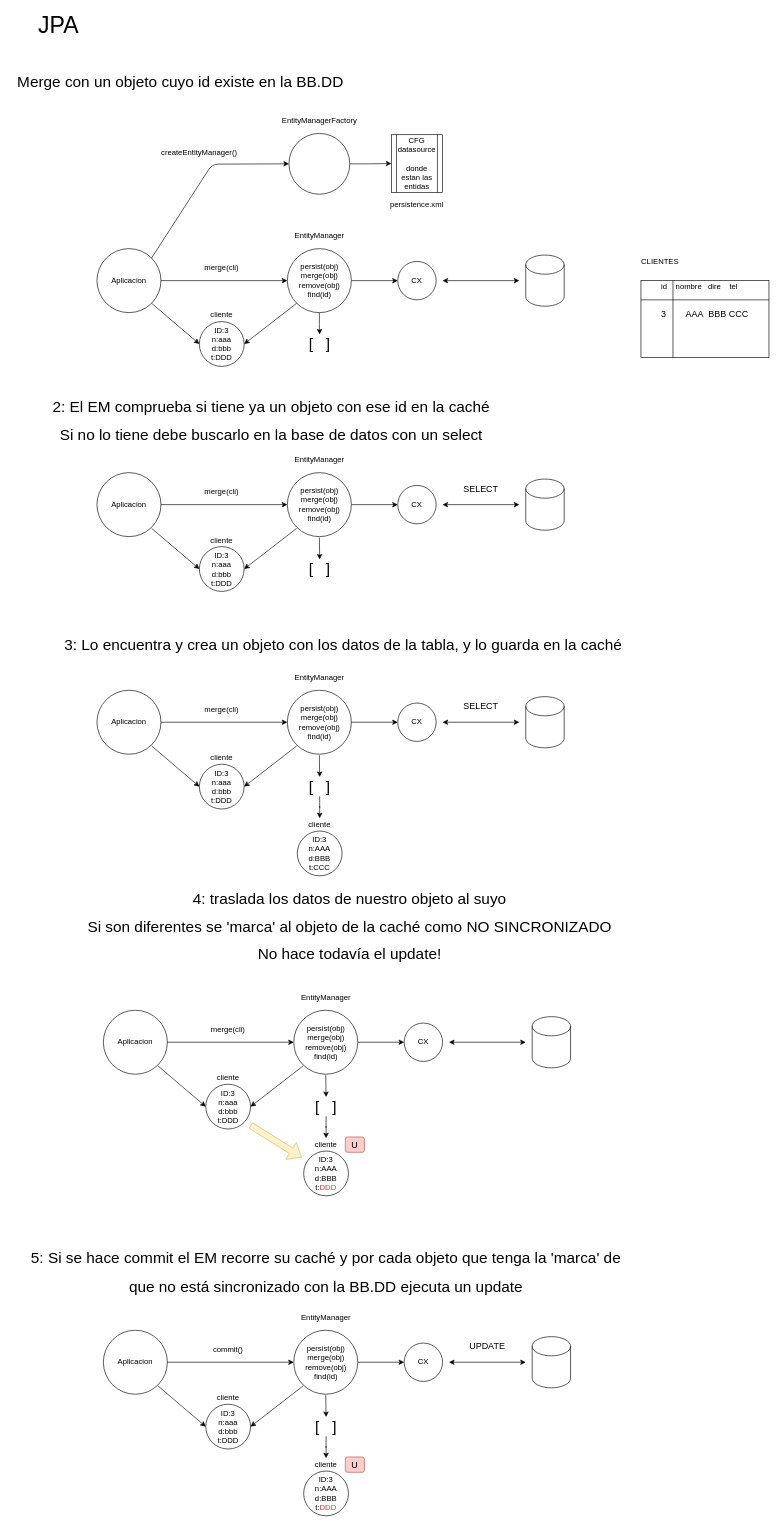
Above: page "Página-12" (12 of 30) of diagramas.drawio in lrag/JEE (draw.io), before the change. Source tidied: cells renumbered, new cells numbered last; positions are measured from the earlier drawing's top-left corner, leaving out a move shared by most shapes. Both pictures are drawn from the tidied source at 64%, with x=0, y=0 at pixel (11, 18).
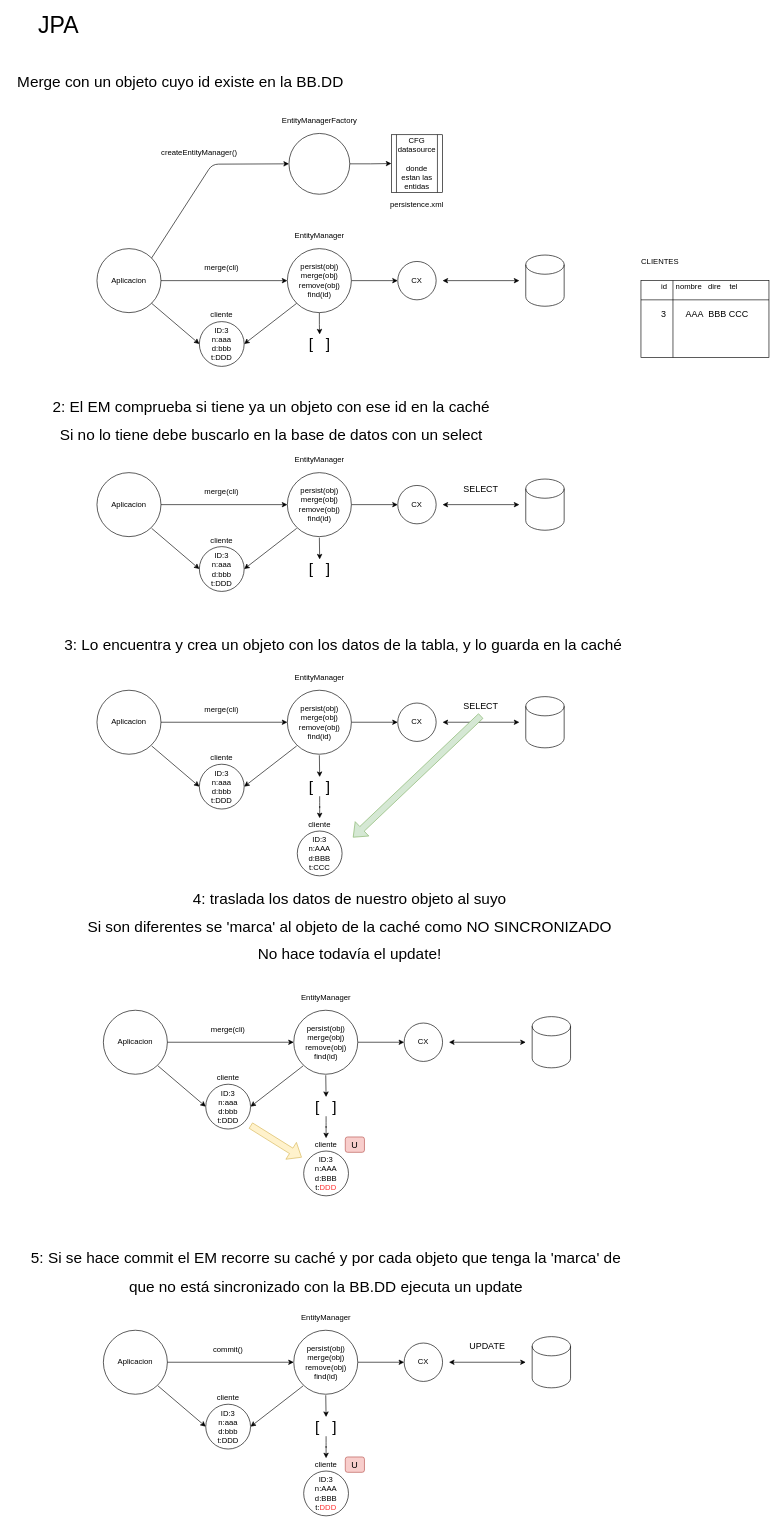
After the change.

The change refers to these unchanged cells:
```xml
<mxCell id="57" value="SELECT" style="text;html=1;strokeColor=none;fillColor=none;align=center;verticalAlign=middle;whiteSpace=wrap;rounded=0;fontSize=14;" parent="1" vertex="1">
  <mxGeometry x="704" y="1060" width="60" height="30" as="geometry" />
</mxCell>
```

The edit, as a diff of the source:
```diff
@@
+    <mxCell id="109" style="shape=flexArrow;endArrow=classic;html=1;rounded=0;exitX=0.5;exitY=1;exitDx=0;exitDy=0;fillColor=#d5e8d4;strokeColor=#82b366;" parent="1" edge="1" source="57">
+      <mxGeometry relative="1" as="geometry">
+        <mxPoint x="534" y="1280" as="targetPoint" />
+      </mxGeometry>
+    </mxCell>
```
